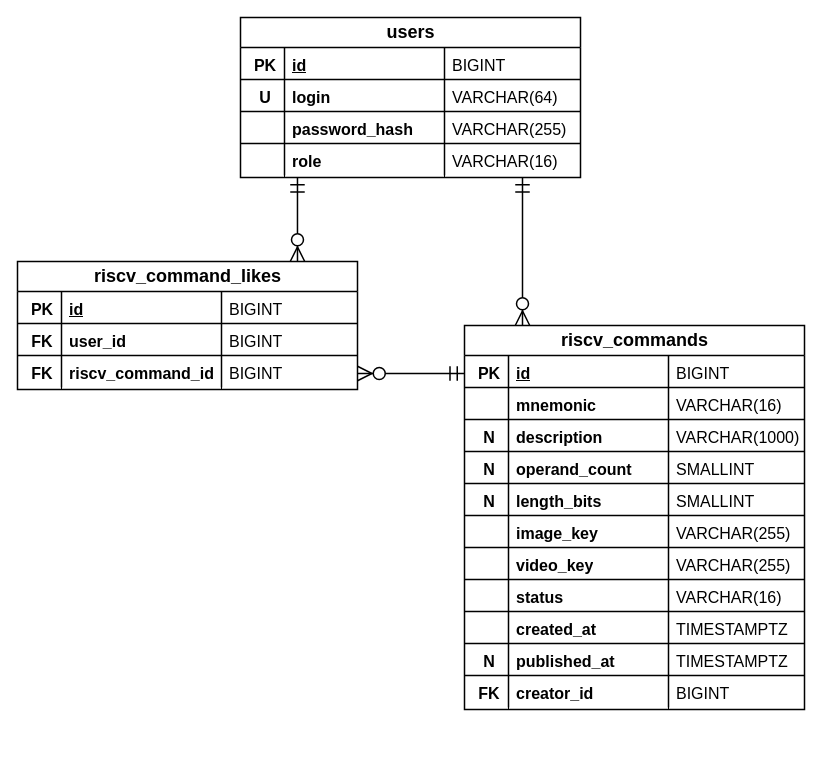
Before: docs/ER.drawio in Nisakoo/RISC-V-Application-backend, a draw.io diagram. Source tidied: cells renumbered, new cells numbered last; positions are measured from the earlier drawing's top-left corner, leaving out a move shared by most shapes. Both pictures are drawn from the tidied source at 100%, with x=0, y=0 at pixel (17, 17).
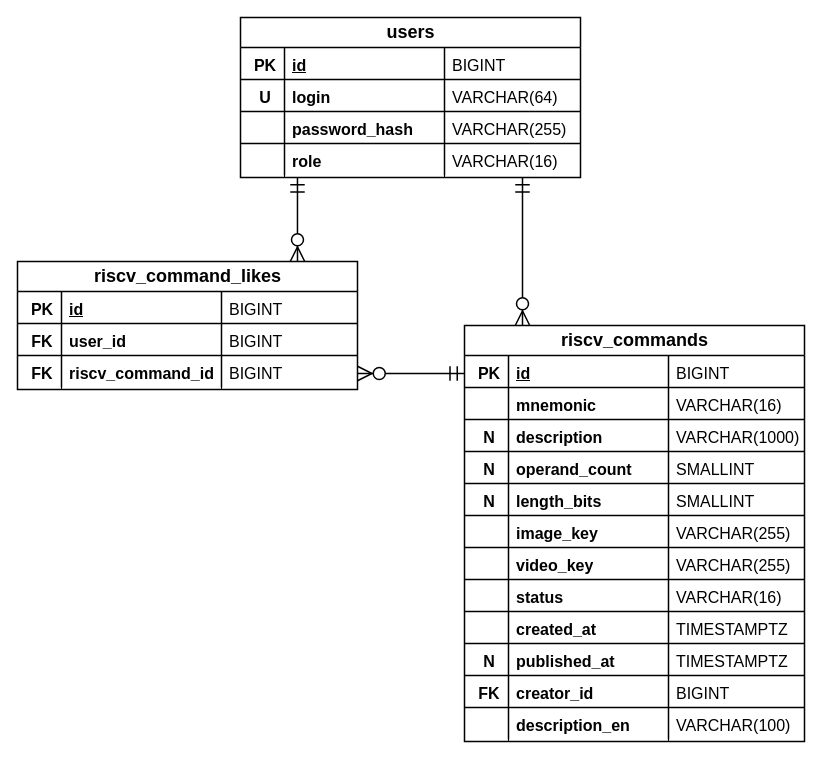
The same page after the edit.

Change to the diagram source:
```diff
@@
     <mxCell id="19" value="riscv_commands" style="shape=table;startSize=30;childLayout=tableLayout;rowLines=1;fontStyle=1;align=center;html=1;fillColor=#FFFFFF;strokeColor=#000000;strokeWidth=1.5;fontFamily=Arial;fontColor=#000000;fontSize=18;" parent="1" vertex="1">
-      <mxGeometry x="447" y="308" width="340" height="384" as="geometry" />
+      <mxGeometry x="447" y="308" width="340" height="416" as="geometry" />
     </mxCell>
@@
+    <mxCell id="80" style="shape=tableRow;horizontal=0;startSize=0;swimlaneHead=0;swimlaneBody=0;fillColor=none;top=0;left=0;right=0;bottom=0;html=1;" parent="19" vertex="1">
+      <mxGeometry y="384" width="340" height="32" as="geometry" />
+    </mxCell>
+    <mxCell id="81" style="shape=partialRectangle;fillColor=none;top=0;left=0;bottom=0;right=1;align=center;spacingLeft=6;overflow=hidden;html=1;whiteSpace=wrap;fontFamily=Arial;fontColor=#000000;fontSize=16;fontStyle=1;" parent="80" vertex="1">
+      <mxGeometry width="44" height="32" as="geometry" />
+    </mxCell>
+    <mxCell id="82" value="description_en" style="shape=partialRectangle;fillColor=none;top=0;left=0;bottom=0;right=1;align=left;spacingLeft=6;overflow=hidden;html=1;whiteSpace=wrap;fontFamily=Arial;fontColor=#000000;fontSize=16;fontStyle=1;" parent="80" vertex="1">
+      <mxGeometry x="44" width="160" height="32" as="geometry" />
+    </mxCell>
+    <mxCell id="83" value="VARCHAR(100)" style="shape=partialRectangle;fillColor=none;top=0;left=0;bottom=0;right=0;align=left;spacingLeft=6;overflow=hidden;html=1;whiteSpace=wrap;fontFamily=Arial;fontColor=#000000;fontSize=16;" parent="80" vertex="1">
+      <mxGeometry x="204" width="136" height="32" as="geometry" />
+    </mxCell>
```
